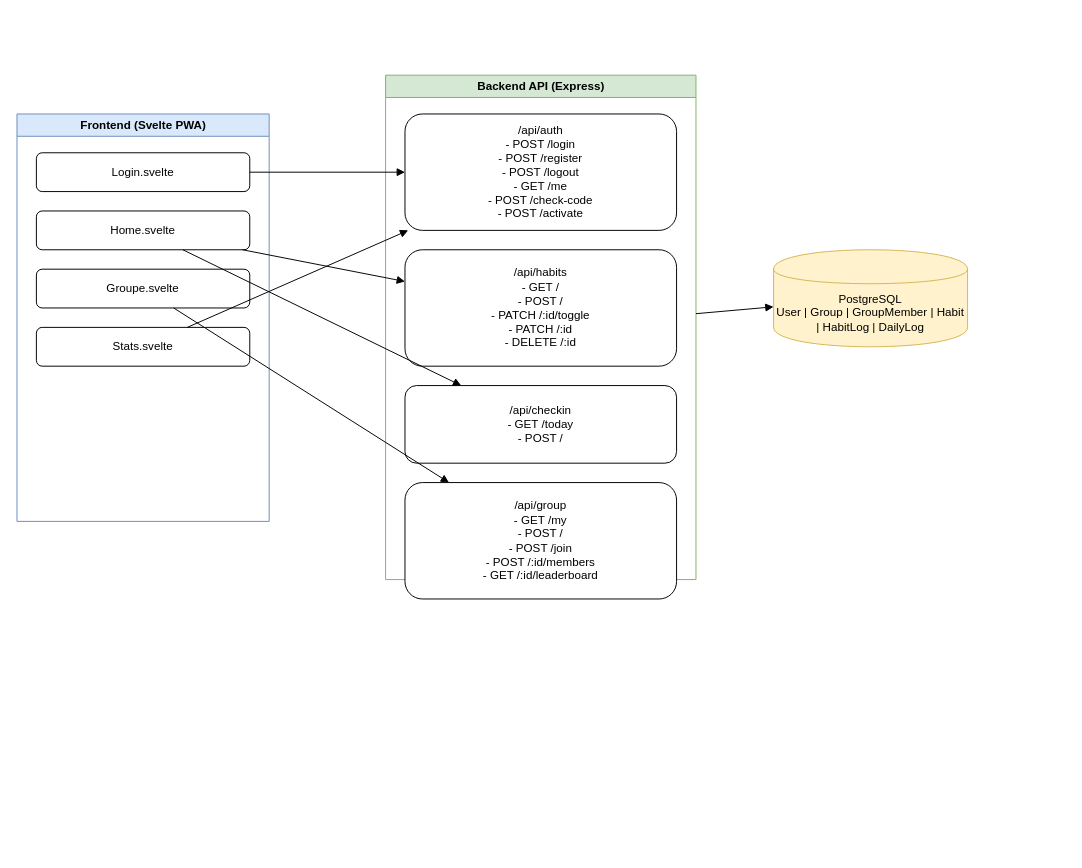
This is backend/docs-modele-donnees/api.drawio from bannik62/confiancePlus, a draw.io file, before an edit. Source tidied: cells renumbered, new cells numbered last; positions are measured from the earlier drawing's top-left corner, leaving out a move shared by most shapes. Both pictures are drawn from the tidied source at 97%, with x=0, y=0 at pixel (16, 75).
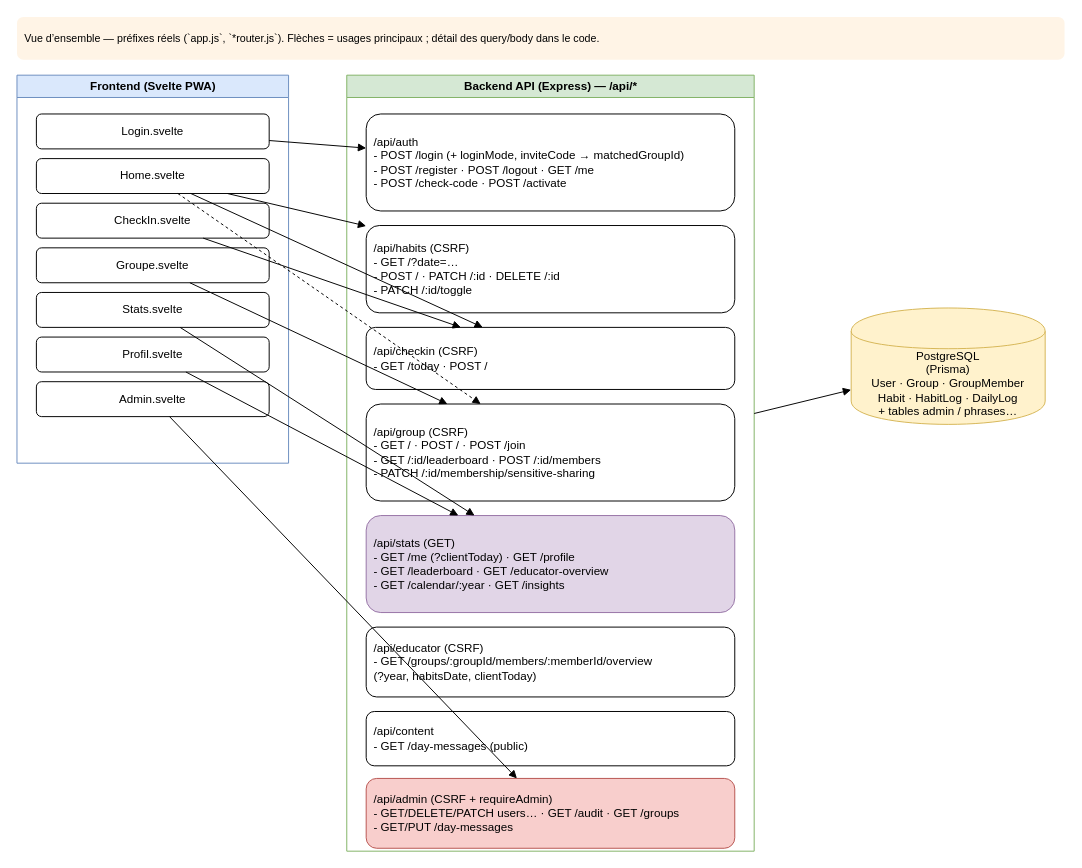
The same diagram, later.

The edit, as a diff of the source:
```diff
@@
+    <mxCell id="19" value="Vue d’ensemble — préfixes réels (`app.js`, `*router.js`). Flèches = usages principaux ; détail des query/body dans le code." style="text;html=1;strokeColor=none;fillColor=#fff4e6;align=left;verticalAlign=middle;fontSize=11;spacing=8;rounded=1;" parent="1" vertex="1">
+      <mxGeometry y="-60" width="1080" height="44" as="geometry" />
+    </mxCell>
     <mxCell id="2" value="Frontend (Svelte PWA)" style="swimlane;html=1;fillColor=#dae8fc;strokeColor=#6c8ebf;fontStyle=1;" parent="1" vertex="1">
-      <mxGeometry y="40" width="260" height="420" as="geometry" />
+      <mxGeometry width="280" height="400" as="geometry" />
     </mxCell>
     <mxCell id="3" value="Login.svelte" style="rounded=1;whiteSpace=wrap;html=1;" parent="2" vertex="1">
-      <mxGeometry x="20" y="40" width="220" height="40" as="geometry" />
+      <mxGeometry x="20" y="40" width="240" height="36" as="geometry" />
     </mxCell>
     <mxCell id="4" value="Home.svelte" style="rounded=1;whiteSpace=wrap;html=1;" parent="2" vertex="1">
-      <mxGeometry x="20" y="100" width="220" height="40" as="geometry" />
+      <mxGeometry x="20" y="86" width="240" height="36" as="geometry" />
     </mxCell>
+    <mxCell id="20" value="CheckIn.svelte" style="rounded=1;whiteSpace=wrap;html=1;" parent="2" vertex="1">
+      <mxGeometry x="20" y="132" width="240" height="36" as="geometry" />
+    </mxCell>
     <mxCell id="5" value="Groupe.svelte" style="rounded=1;whiteSpace=wrap;html=1;" parent="2" vertex="1">
-      <mxGeometry x="20" y="160" width="220" height="40" as="geometry" />
+      <mxGeometry x="20" y="178" width="240" height="36" as="geometry" />
     </mxCell>
     <mxCell id="6" value="Stats.svelte" style="rounded=1;whiteSpace=wrap;html=1;" parent="2" vertex="1">
-      <mxGeometry x="20" y="220" width="220" height="40" as="geometry" />
+      <mxGeometry x="20" y="224" width="240" height="36" as="geometry" />
     </mxCell>
+    <mxCell id="21" value="Profil.svelte" style="rounded=1;whiteSpace=wrap;html=1;" parent="2" vertex="1">
+      <mxGeometry x="20" y="270" width="240" height="36" as="geometry" />
+    </mxCell>
+    <mxCell id="22" value="Admin.svelte" style="rounded=1;whiteSpace=wrap;html=1;" parent="2" vertex="1">
+      <mxGeometry x="20" y="316" width="240" height="36" as="geometry" />
+    </mxCell>
-    <mxCell id="7" value="Backend API (Express)" style="swimlane;html=1;fillColor=#d5e8d4;strokeColor=#82b366;fontStyle=1;" parent="1" vertex="1">
-      <mxGeometry x="380" width="320" height="520" as="geometry" />
+    <mxCell id="7" value="Backend API (Express) — /api/*" style="swimlane;html=1;fillColor=#d5e8d4;strokeColor=#82b366;fontStyle=1;" parent="1" vertex="1">
+      <mxGeometry x="340" width="420" height="800" as="geometry" />
     </mxCell>
-    <mxCell id="8" value="/api/auth&#10;- POST /login&#10;- POST /register&#10;- POST /logout&#10;- GET /me&#10;- POST /check-code&#10;- POST /activate" style="rounded=1;whiteSpace=wrap;html=1;" parent="7" vertex="1">
-      <mxGeometry x="20" y="40" width="280" height="120" as="geometry" />
+    <mxCell id="8" value="/api/auth&#10;- POST /login (+ loginMode, inviteCode → matchedGroupId)&#10;- POST /register · POST /logout · GET /me&#10;- POST /check-code · POST /activate" style="rounded=1;whiteSpace=wrap;html=1;align=left;spacingLeft=6;" parent="7" vertex="1">
+      <mxGeometry x="20" y="40" width="380" height="100" as="geometry" />
     </mxCell>
-    <mxCell id="9" value="/api/habits&#10;- GET /&#10;- POST /&#10;- PATCH /:id/toggle&#10;- PATCH /:id&#10;- DELETE /:id" style="rounded=1;whiteSpace=wrap;html=1;" parent="7" vertex="1">
-      <mxGeometry x="20" y="180" width="280" height="120" as="geometry" />
+    <mxCell id="9" value="/api/habits (CSRF)&#10;- GET /?date=…&#10;- POST / · PATCH /:id · DELETE /:id&#10;- PATCH /:id/toggle" style="rounded=1;whiteSpace=wrap;html=1;align=left;spacingLeft=6;" parent="7" vertex="1">
+      <mxGeometry x="20" y="155" width="380" height="90" as="geometry" />
     </mxCell>
-    <mxCell id="10" value="/api/checkin&#10;- GET /today&#10;- POST /" style="rounded=1;whiteSpace=wrap;html=1;" parent="7" vertex="1">
-      <mxGeometry x="20" y="320" width="280" height="80" as="geometry" />
+    <mxCell id="10" value="/api/checkin (CSRF)&#10;- GET /today · POST /" style="rounded=1;whiteSpace=wrap;html=1;align=left;spacingLeft=6;" parent="7" vertex="1">
+      <mxGeometry x="20" y="260" width="380" height="64" as="geometry" />
     </mxCell>
-    <mxCell id="11" value="/api/group&#10;- GET /my&#10;- POST /&#10;- POST /join&#10;- POST /:id/members&#10;- GET /:id/leaderboard" style="rounded=1;whiteSpace=wrap;html=1;" parent="7" vertex="1">
-      <mxGeometry x="20" y="420" width="280" height="120" as="geometry" />
+    <mxCell id="11" value="/api/group (CSRF)&#10;- GET / · POST / · POST /join&#10;- GET /:id/leaderboard · POST /:id/members&#10;- PATCH /:id/membership/sensitive-sharing" style="rounded=1;whiteSpace=wrap;html=1;align=left;spacingLeft=6;" parent="7" vertex="1">
+      <mxGeometry x="20" y="339" width="380" height="100" as="geometry" />
     </mxCell>
+    <mxCell id="23" value="/api/stats (GET)&#10;- GET /me (?clientToday) · GET /profile&#10;- GET /leaderboard · GET /educator-overview&#10;- GET /calendar/:year · GET /insights" style="rounded=1;whiteSpace=wrap;html=1;align=left;spacingLeft=6;fillColor=#e1d5e7;strokeColor=#9673a6;" parent="7" vertex="1">
+      <mxGeometry x="20" y="454" width="380" height="100" as="geometry" />
+    </mxCell>
+    <mxCell id="24" value="/api/educator (CSRF)&#10;- GET /groups/:groupId/members/:memberId/overview&#10;  (?year, habitsDate, clientToday)" style="rounded=1;whiteSpace=wrap;html=1;align=left;spacingLeft=6;" parent="7" vertex="1">
+      <mxGeometry x="20" y="569" width="380" height="72" as="geometry" />
+    </mxCell>
+    <mxCell id="25" value="/api/content&#10;- GET /day-messages (public)" style="rounded=1;whiteSpace=wrap;html=1;align=left;spacingLeft=6;" parent="7" vertex="1">
+      <mxGeometry x="20" y="656" width="380" height="56" as="geometry" />
+    </mxCell>
+    <mxCell id="26" value="/api/admin (CSRF + requireAdmin)&#10;- GET/DELETE/PATCH users… · GET /audit · GET /groups&#10;- GET/PUT /day-messages" style="rounded=1;whiteSpace=wrap;html=1;align=left;spacingLeft=6;fillColor=#f8cecc;strokeColor=#b85450;" parent="7" vertex="1">
+      <mxGeometry x="20" y="725" width="380" height="72" as="geometry" />
+    </mxCell>
-    <mxCell id="12" value="PostgreSQL&#10;User | Group | GroupMember | Habit | HabitLog | DailyLog" style="shape=cylinder;whiteSpace=wrap;html=1;boundedLbl=1;fillColor=#fff2cc;strokeColor=#d6b656;" parent="1" vertex="1">
-      <mxGeometry x="780" y="180" width="200" height="100" as="geometry" />
+    <mxCell id="12" value="PostgreSQL&#10;(Prisma)&#10;User · Group · GroupMember&#10;Habit · HabitLog · DailyLog&#10;+ tables admin / phrases…" style="shape=cylinder;whiteSpace=wrap;html=1;boundedLbl=1;fillColor=#fff2cc;strokeColor=#d6b656;" parent="1" vertex="1">
+      <mxGeometry x="860" y="240" width="200" height="120" as="geometry" />
     </mxCell>
-    <mxCell id="13" style="endArrow=block;" parent="1" edge="1" source="3" target="8">
+    <mxCell id="13" style="endArrow=block;html=1;" parent="1" edge="1" source="3" target="8">
       <mxGeometry relative="1" as="geometry" />
     </mxCell>
-    <mxCell id="14" style="endArrow=block;" parent="1" edge="1" source="4" target="9">
+    <mxCell id="14" style="endArrow=block;html=1;" parent="1" edge="1" source="4" target="9">
       <mxGeometry relative="1" as="geometry" />
     </mxCell>
-    <mxCell id="15" style="endArrow=block;" parent="1" edge="1" source="4" target="10">
+    <mxCell id="15" style="endArrow=block;html=1;" parent="1" edge="1" source="4" target="10">
       <mxGeometry relative="1" as="geometry" />
     </mxCell>
+    <mxCell id="27" style="endArrow=block;html=1;dashed=1;" parent="1" edge="1" source="4" target="11">
+      <mxGeometry relative="1" as="geometry" />
+    </mxCell>
-    <mxCell id="16" style="endArrow=block;" parent="1" edge="1" source="5" target="11">
+    <mxCell id="16" style="endArrow=block;html=1;" parent="1" edge="1" source="5" target="11">
       <mxGeometry relative="1" as="geometry" />
     </mxCell>
-    <mxCell id="17" style="endArrow=block;" parent="1" edge="1" source="6" target="8">
+    <mxCell id="17" style="endArrow=block;html=1;" parent="1" edge="1" source="6" target="23">
       <mxGeometry relative="1" as="geometry" />
     </mxCell>
+    <mxCell id="28" style="endArrow=block;html=1;" parent="1" edge="1" source="21" target="23">
+      <mxGeometry relative="1" as="geometry" />
+    </mxCell>
+    <mxCell id="29" style="endArrow=block;html=1;" parent="1" edge="1" source="20" target="10">
+      <mxGeometry relative="1" as="geometry" />
+    </mxCell>
+    <mxCell id="30" style="endArrow=block;html=1;" parent="1" edge="1" source="22" target="26">
+      <mxGeometry relative="1" as="geometry" />
+    </mxCell>
-    <mxCell id="18" style="endArrow=block;" parent="1" edge="1" source="7" target="12">
+    <mxCell id="18" style="endArrow=block;html=1;" parent="1" edge="1" source="7" target="12">
       <mxGeometry relative="1" as="geometry" />
     </mxCell>
```
